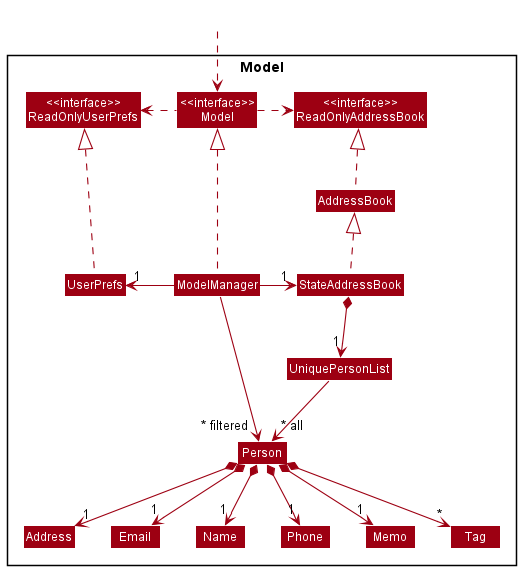
tandeshao/tp keeps this PlantUML diagram as docs/images/ModelClassDiagram.png. Above is the earlier version.
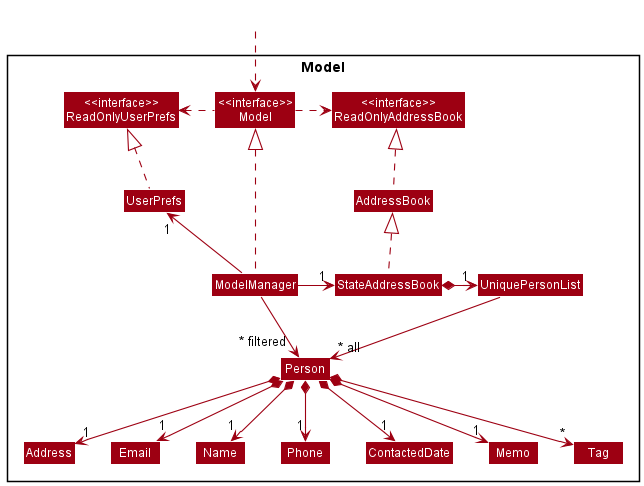
The same file after the commit.

What changed in the source:
```diff
@@ -21,6 +21,7 @@
 Class Email
 Class Name
 Class Phone
+Class ContactedDate
 Class Memo
 Class Tag
 }
@@ -34,16 +35,18 @@
 ModelManager .up.|> Model
 Model .left.> ReadOnlyUserPrefs
 Model .right.> ReadOnlyAddressBook
-ModelManager -left-> "1" StateAddressBook
-ModelManager -right-> "1" UserPrefs
+ModelManager -right-> "1" StateAddressBook
+ModelManager -left-> "1" UserPrefs
 UserPrefs .up.|> ReadOnlyUserPrefs
 
-StateAddressBook *--> "1" UniquePersonList
+
+StateAddressBook *-right-> "1" UniquePersonList
 UniquePersonList --> "~* all" Person
 Person *--> "1" Name
 Person *--> "1" Phone
 Person *--> "1" Email
 Person *--> "1" Address
+Person *--> "1" ContactedDate
 Person *--> "1"Memo
 Person *--> "*" Tag
 
```
